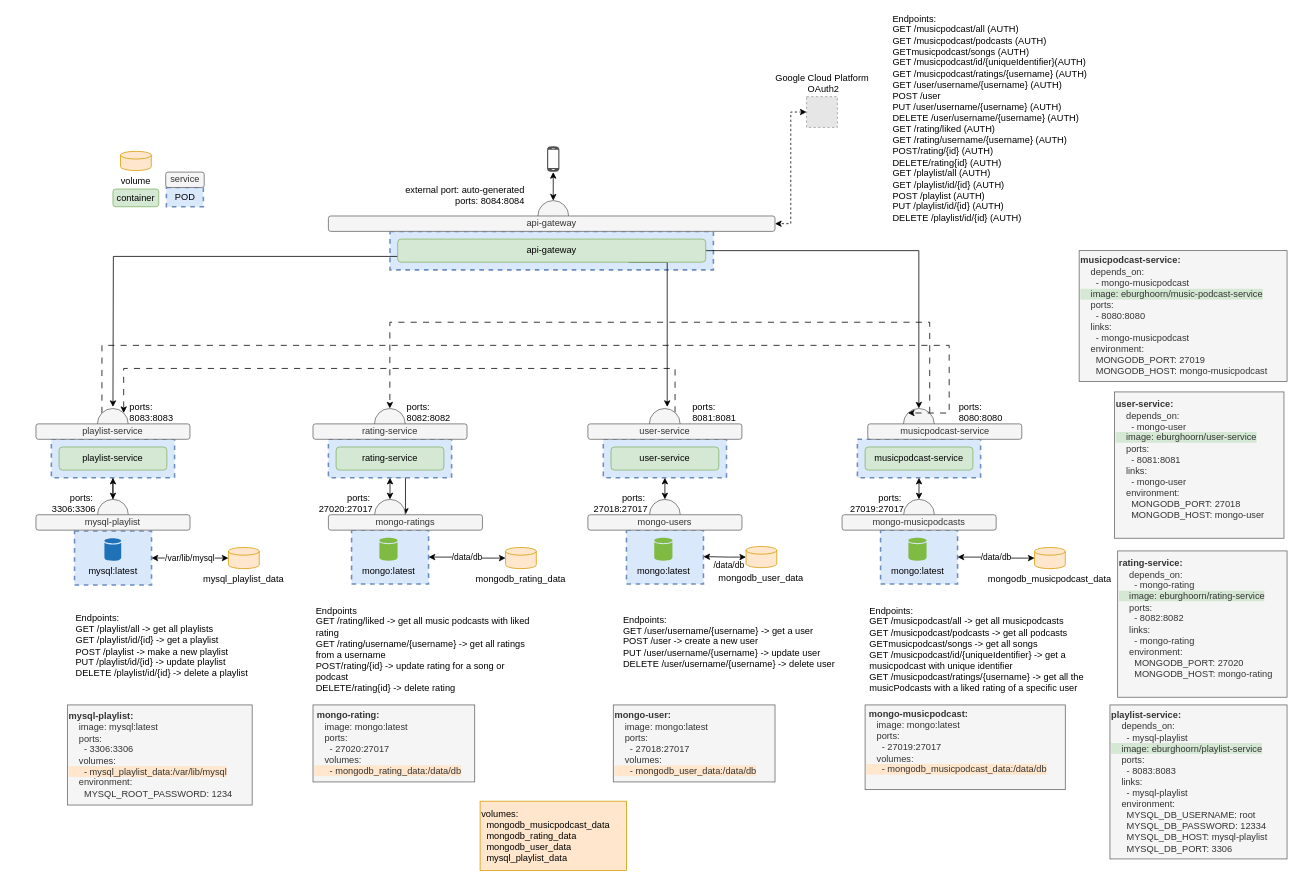
This is muziekservice.drawio from EvaBurghoorn/ProjectEDE_muziekservice, a draw.io file, before an edit. Source tidied: cells renumbered, new cells numbered last; positions are measured from the earlier drawing's top-left corner, leaving out a move shared by most shapes. Both pictures are drawn from the tidied source at 77%, with x=0, y=0 at pixel (13, 29). Pictures stored in the file or linked from it are replaced by grey dashed boxes.
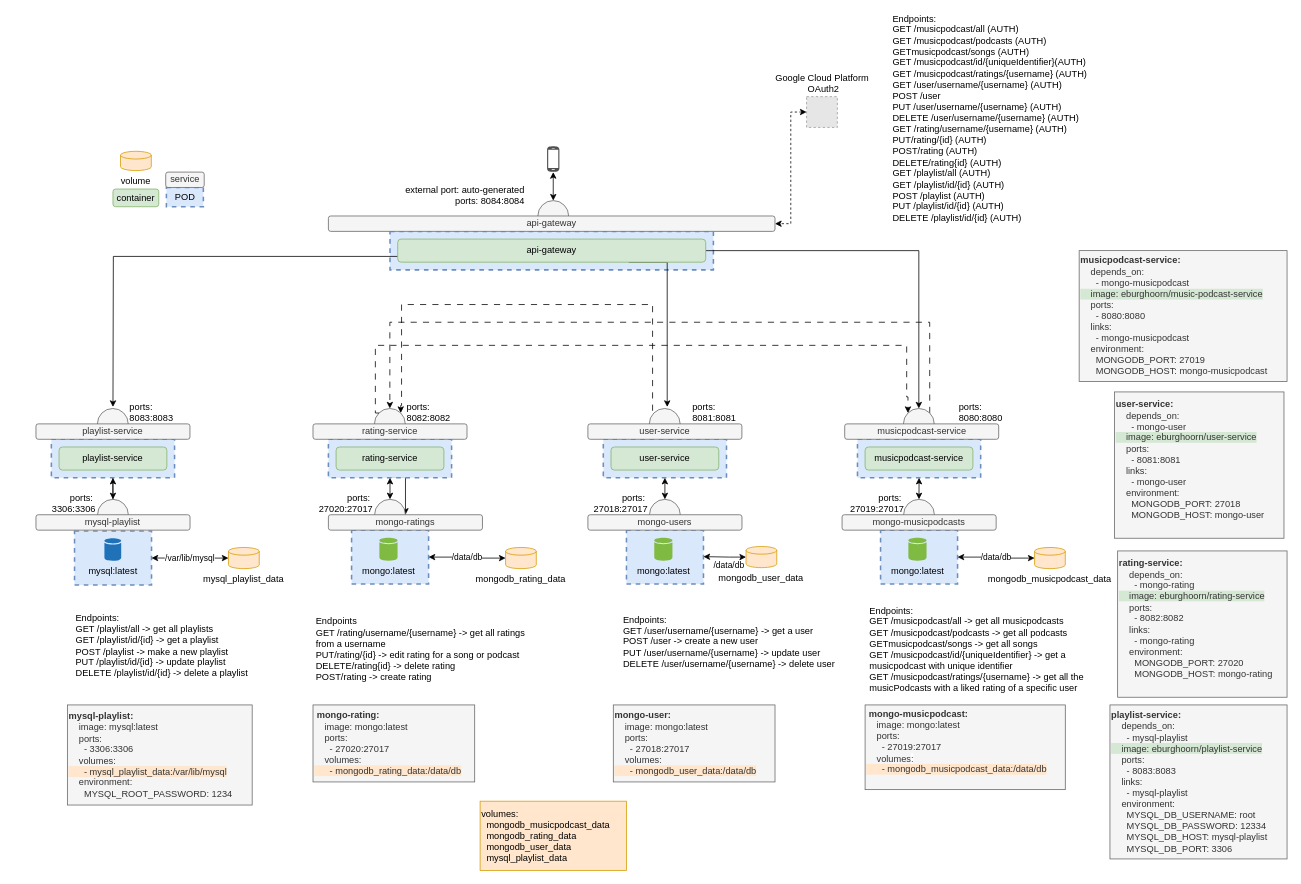
Above is the later version.

Unchanged cells that the change refers to:
```xml
<mxCell id="4" style="ellipse;whiteSpace=wrap;html=1;strokeWidth=1;fillColor=#f5f5f5;strokeColor=#666666;fontColor=#333333;" parent="1" vertex="1">
  <mxGeometry x="1155.8" y="492" width="40" height="40" as="geometry" />
</mxCell>
<mxCell id="17" style="ellipse;whiteSpace=wrap;html=1;strokeWidth=1;fillColor=#f5f5f5;strokeColor=#666666;fontColor=#333333;" parent="1" vertex="1">
  <mxGeometry x="825.8" y="492" width="40" height="40" as="geometry" />
</mxCell>
<mxCell id="29" style="ellipse;whiteSpace=wrap;html=1;strokeWidth=1;fillColor=#f5f5f5;strokeColor=#666666;fontColor=#333333;" parent="1" vertex="1">
  <mxGeometry x="468.8" y="492" width="40" height="40" as="geometry" />
</mxCell>
<mxCell id="43" style="ellipse;whiteSpace=wrap;html=1;strokeWidth=1;fillColor=#f5f5f5;strokeColor=#666666;fontColor=#333333;" parent="1" vertex="1">
  <mxGeometry x="109" y="492" width="40" height="40" as="geometry" />
</mxCell>
```

What changed in the source:
```diff
@@
     <mxCell id="5" style="rounded=0;whiteSpace=wrap;html=1;strokeColor=#6c8ebf;dashed=1;strokeWidth=2;fillColor=#dae8fc;" parent="1" vertex="1">
-      <mxGeometry x="1096" y="532" width="160" height="50" as="geometry" />
+      <mxGeometry x="1096.1" y="532" width="160" height="50" as="geometry" />
     </mxCell>
@@
     <mxCell id="8" value="musicpodcast-service" style="rounded=1;whiteSpace=wrap;html=1;fillColor=#f5f5f5;strokeColor=#666666;fontColor=#333333;" parent="1" vertex="1">
-      <mxGeometry x="1109.5" y="512" width="200" height="20" as="geometry" />
+      <mxGeometry x="1079.5" y="512" width="200" height="20" as="geometry" />
     </mxCell>
@@
-    <mxCell id="16" style="edgeStyle=orthogonalEdgeStyle;rounded=0;jettySize=auto;html=1;entryX=1;entryY=0;entryDx=0;entryDy=0;dashed=1;dashPattern=8 8;" parent="1" edge="1" source="17" target="43">
-      <mxGeometry relative="1" as="geometry">
-        <Array as="points">
-          <mxPoint x="859.2" y="440" />
-          <mxPoint x="143.2" y="440" />
-        </Array>
-      </mxGeometry>
-    </mxCell>
@@
-    <mxCell id="42" style="edgeStyle=orthogonalEdgeStyle;rounded=0;jettySize=auto;html=1;exitX=0;exitY=0;exitDx=0;exitDy=0;entryX=0;entryY=0;entryDx=0;entryDy=0;dashed=1;dashPattern=8 8;" parent="1" edge="1" source="43" target="4">
+    <mxCell id="42" style="edgeStyle=orthogonalEdgeStyle;rounded=0;jettySize=auto;html=1;exitX=0;exitY=0;exitDx=0;exitDy=0;entryX=0;entryY=0;entryDx=0;entryDy=0;dashed=1;dashPattern=8 8;" parent="1" edge="1" source="29" target="4">
       <mxGeometry relative="1" as="geometry">
         <Array as="points">
-          <mxPoint x="115.2" y="410" />
-          <mxPoint x="1215.2" y="410" />
+          <mxPoint x="470" y="498" />
+          <mxPoint x="470" y="410" />
+          <mxPoint x="1160" y="410" />
+          <mxPoint x="1160" y="477" />
+          <mxPoint x="1162" y="477" />
         </Array>
       </mxGeometry>
     </mxCell>
@@
-    <mxCell id="72" value="Endpoints:&lt;br&gt;GET /musicpodcast/all (AUTH)&lt;br style=&quot;border-color: var(--border-color);&quot;&gt;GET /musicpodcast/podcasts (AUTH)&lt;br style=&quot;border-color: var(--border-color);&quot;&gt;GETmusicpodcast/songs (AUTH)&lt;br style=&quot;border-color: var(--border-color);&quot;&gt;GET /musicpodcast/id/{uniqueIdentifier}(AUTH)&lt;br&gt;GET /musicpodcast/ratings/{username} (AUTH)&lt;br style=&quot;border-color: var(--border-color);&quot;&gt;GET /user/username/{username} (AUTH)&lt;br style=&quot;border-color: var(--border-color);&quot;&gt;POST /user&lt;br style=&quot;border-color: var(--border-color);&quot;&gt;PUT /user/username&lt;span style=&quot;border-color: var(--border-color); background-color: initial;&quot;&gt;/{username} (AUTH)&lt;/span&gt;&lt;br style=&quot;border-color: var(--border-color);&quot;&gt;DELETE /user/username&lt;span style=&quot;border-color: var(--border-color); background-color: initial;&quot;&gt;/{username} (AUTH)&lt;br&gt;GET /rating/liked (AUTH)&lt;br style=&quot;border-color: var(--border-color);&quot;&gt;GET /rating/username/{username} (AUTH)&lt;br style=&quot;border-color: var(--border-color);&quot;&gt;POST/rating/{id} (AUTH)&lt;br style=&quot;border-color: var(--border-color);&quot;&gt;DELETE/rating{id} (AUTH)&lt;br style=&quot;border-color: var(--border-color);&quot;&gt;GET /playlist/all (AUTH)&lt;br style=&quot;border-color: var(--border-color);&quot;&gt;GET /playlist/id/{id} (AUTH)&lt;br style=&quot;border-color: var(--border-color);&quot;&gt;POST /playlist (AUTH)&lt;br style=&quot;border-color: var(--border-color);&quot;&gt;PUT /playlist/id/{id} (AUTH)&lt;br style=&quot;border-color: var(--border-color);&quot;&gt;DELETE /playlist/id/{id} (AUTH)&lt;br&gt;&lt;/span&gt;" style="text;html=1;strokeColor=none;fillColor=none;align=left;verticalAlign=middle;whiteSpace=wrap;rounded=0;" parent="1" vertex="1">
+    <mxCell id="72" value="Endpoints:&lt;br&gt;GET /musicpodcast/all (AUTH)&lt;br style=&quot;border-color: var(--border-color);&quot;&gt;GET /musicpodcast/podcasts (AUTH)&lt;br style=&quot;border-color: var(--border-color);&quot;&gt;GETmusicpodcast/songs (AUTH)&lt;br style=&quot;border-color: var(--border-color);&quot;&gt;GET /musicpodcast/id/{uniqueIdentifier}(AUTH)&lt;br&gt;GET /musicpodcast/ratings/{username} (AUTH)&lt;br style=&quot;border-color: var(--border-color);&quot;&gt;GET /user/username/{username} (AUTH)&lt;br style=&quot;border-color: var(--border-color);&quot;&gt;POST /user&lt;br style=&quot;border-color: var(--border-color);&quot;&gt;PUT /user/username&lt;span style=&quot;border-color: var(--border-color); background-color: initial;&quot;&gt;/{username} (AUTH)&lt;/span&gt;&lt;br style=&quot;border-color: var(--border-color);&quot;&gt;DELETE /user/username&lt;span style=&quot;border-color: var(--border-color); background-color: initial;&quot;&gt;/{username} (AUTH)&lt;br&gt;GET /rating/username/{username} (AUTH)&lt;br style=&quot;border-color: var(--border-color);&quot;&gt;PUT/rating/{id} (AUTH)&lt;br style=&quot;border-color: var(--border-color);&quot;&gt;POST/rating (AUTH)&lt;br&gt;DELETE/rating{id} (AUTH)&lt;br style=&quot;border-color: var(--border-color);&quot;&gt;GET /playlist/all (AUTH)&lt;br style=&quot;border-color: var(--border-color);&quot;&gt;GET /playlist/id/{id} (AUTH)&lt;br style=&quot;border-color: var(--border-color);&quot;&gt;POST /playlist (AUTH)&lt;br style=&quot;border-color: var(--border-color);&quot;&gt;PUT /playlist/id/{id} (AUTH)&lt;br style=&quot;border-color: var(--border-color);&quot;&gt;DELETE /playlist/id/{id} (AUTH)&lt;br&gt;&lt;/span&gt;" style="text;html=1;strokeColor=none;fillColor=none;align=left;verticalAlign=middle;whiteSpace=wrap;rounded=0;" parent="1" vertex="1">
       <mxGeometry x="1140" width="430" height="230" as="geometry" />
     </mxCell>
@@
-    <mxCell id="75" value="Endpoints&lt;br&gt;GET /rating/liked -&amp;gt; get all music podcasts with liked rating&lt;br&gt;GET /rating/username/{username} -&amp;gt; get all ratings from a username&lt;br&gt;POST/rating/{id} -&amp;gt; update rating for a song or podcast&lt;br&gt;DELETE/rating{id} -&amp;gt; delete rating" style="text;html=1;strokeColor=none;fillColor=none;align=left;verticalAlign=middle;whiteSpace=wrap;rounded=0;" parent="1" vertex="1">
+    <mxCell id="75" value="Endpoints&lt;br&gt;GET /rating/username/{username} -&amp;gt; get all ratings from a username&lt;br&gt;PUT/rating/{id} -&amp;gt; edit rating for a song or podcast&lt;br&gt;DELETE/rating{id} -&amp;gt; delete rating&lt;br&gt;POST/rating -&amp;gt; create rating" style="text;html=1;strokeColor=none;fillColor=none;align=left;verticalAlign=middle;whiteSpace=wrap;rounded=0;" parent="1" vertex="1">
       <mxGeometry x="391" y="785" width="290" height="40" as="geometry" />
     </mxCell>
@@
+    <mxCell id="89" style="edgeStyle=orthogonalEdgeStyle;rounded=0;jettySize=auto;html=1;dashed=1;dashPattern=8 8;entryX=1;entryY=0;entryDx=0;entryDy=0;" parent="1" edge="1" target="29">
+      <mxGeometry relative="1" as="geometry">
+        <mxPoint x="830" y="495" as="sourcePoint" />
+        <Array as="points">
+          <mxPoint x="830" y="357" />
+          <mxPoint x="504" y="357" />
+          <mxPoint x="504" y="488" />
+          <mxPoint x="503" y="488" />
+        </Array>
+      </mxGeometry>
+    </mxCell>
```
